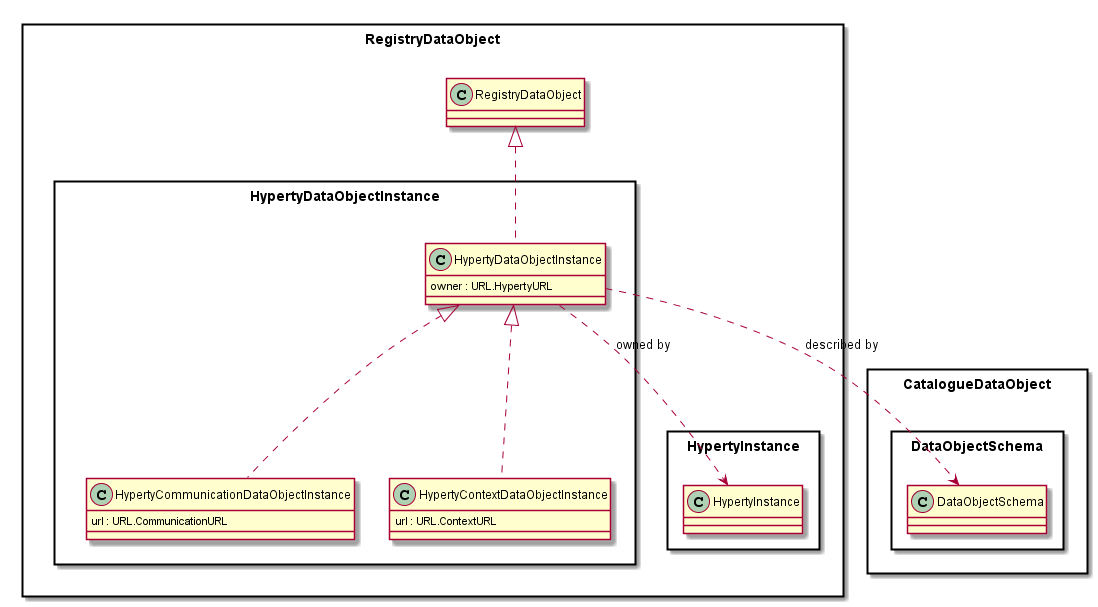
Earlier version of the PlantUML export docs/datamodel/core/hyperty-registry/Hyperty-Data-Object-Instance-Model.png (reTHINK-project/dev-service-framework). Source of this version:
```plantuml
@startuml "../../docs/datamodel/core/hyperty-registry/Hyperty-Data-Object-Instance-Model.png"

package CatalogueDataObject <<Rect>> {

	package DataObjectSchema <<Rect>> {
	}
}

package RegistryDataObject <<Rect>> {

package HypertyDataObjectInstance <<Rect>> {

	class HypertyDataObjectInstance {
		owner : URL.HypertyURL
		}

	class HypertyCommunicationDataObjectInstance {
		url : URL.CommunicationURL
		}

	class HypertyContextDataObjectInstance {
		url : URL.ContextURL
		}
		}

		package HypertyInstance <<Rect>> {
		}


	HypertyDataObjectInstance .up.|> RegistryDataObject.RegistryDataObject

	HypertyContextDataObjectInstance .up.|> HypertyDataObjectInstance

	HypertyCommunicationDataObjectInstance .up.|> HypertyDataObjectInstance

	HypertyDataObjectInstance ..> HypertyInstance.HypertyInstance : owned by

	HypertyDataObjectInstance ..> DataObjectSchema.DataObjectSchema : described by

}


@enduml
```
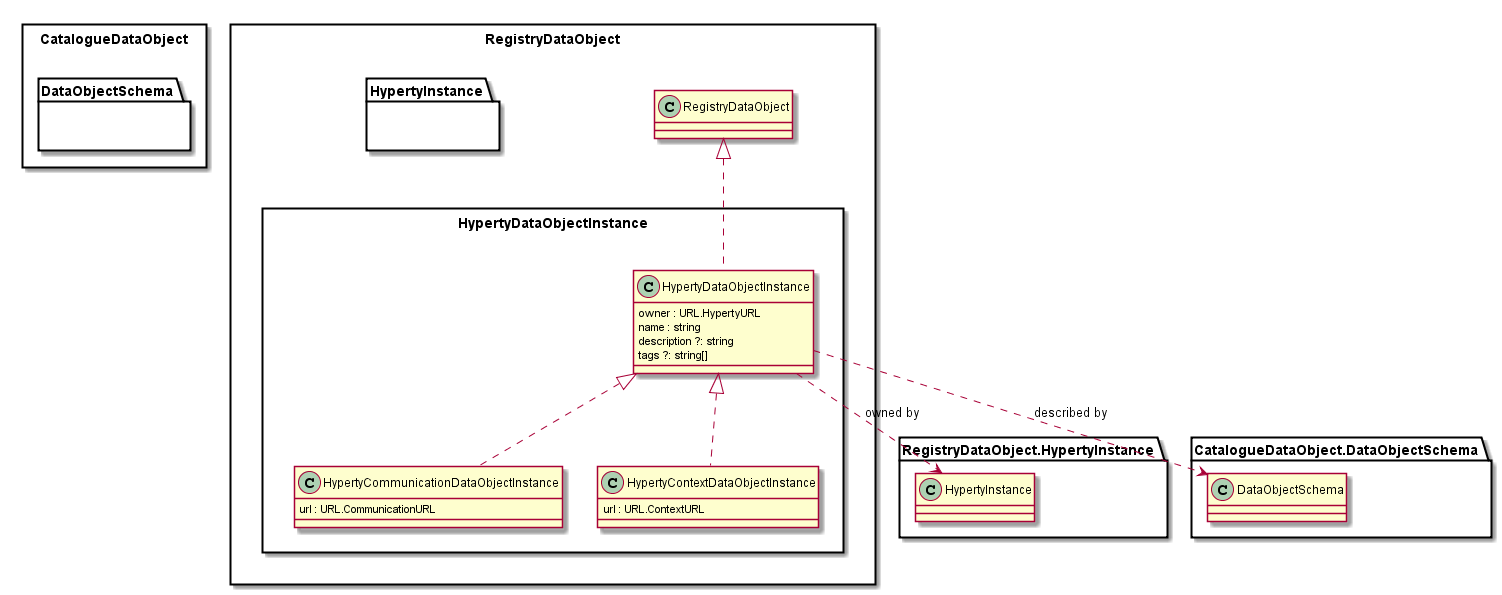
After the change.

The edit, as a diff of the source:
```diff
@@ -8,36 +8,33 @@
 
 package RegistryDataObject <<Rect>> {
 
-package HypertyDataObjectInstance <<Rect>> {
+	package HypertyDataObjectInstance <<Rect>> {
 
-	class HypertyDataObjectInstance {
-		owner : URL.HypertyURL
+		class HypertyDataObjectInstance {
+			owner : URL.HypertyURL
+			name : string
+			description ?: string
+			tags ?: string[]
 		}
 
-	class HypertyCommunicationDataObjectInstance {
-		url : URL.CommunicationURL
+		class HypertyCommunicationDataObjectInstance {
+			url : URL.CommunicationURL
 		}
 
-	class HypertyContextDataObjectInstance {
-		url : URL.ContextURL
-		}
+		class HypertyContextDataObjectInstance {
+			url : URL.ContextURL
 		}
 
-		package HypertyInstance <<Rect>> {
-		}
+		HypertyContextDataObjectInstance .up.|> HypertyDataObjectInstance
+		HypertyCommunicationDataObjectInstance .up.|> HypertyDataObjectInstance
+	}
 
+	package HypertyInstance <<Rect>> {
+	}
 
 	HypertyDataObjectInstance .up.|> RegistryDataObject.RegistryDataObject
-
-	HypertyContextDataObjectInstance .up.|> HypertyDataObjectInstance
-
-	HypertyCommunicationDataObjectInstance .up.|> HypertyDataObjectInstance
-
-	HypertyDataObjectInstance ..> HypertyInstance.HypertyInstance : owned by
-
-	HypertyDataObjectInstance ..> DataObjectSchema.DataObjectSchema : described by
-
+	HypertyDataObjectInstance ..> RegistryDataObject.HypertyInstance.HypertyInstance : owned by
+	HypertyDataObjectInstance ..> CatalogueDataObject.DataObjectSchema.DataObjectSchema : described by
 }
 
-
 @enduml
```
